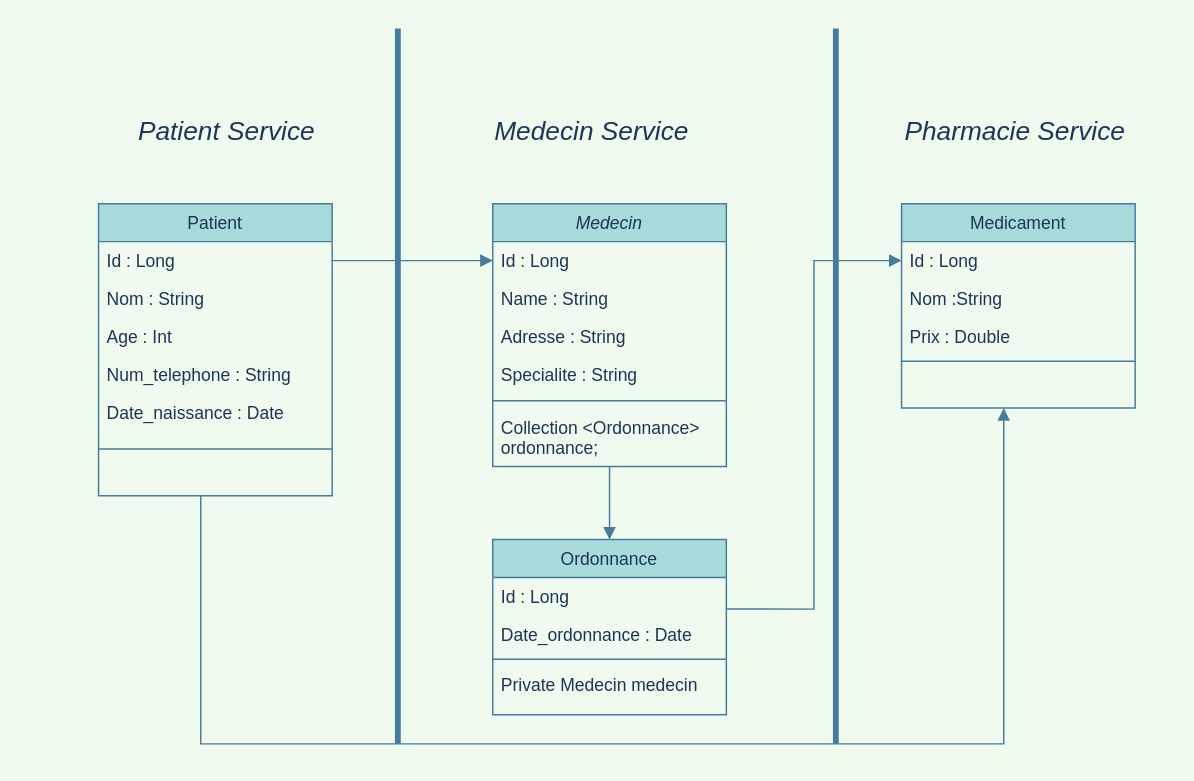
Yasminuu/PFA keeps this draw.io diagram as Untitled Diagram.drawio. Above is the earlier version. Source tidied: cells renumbered, new cells numbered last; positions are measured from the earlier drawing's top-left corner, leaving out a move shared by most shapes. Both pictures are drawn from the tidied source at 146%, with x=0, y=0 at pixel (98, 28).
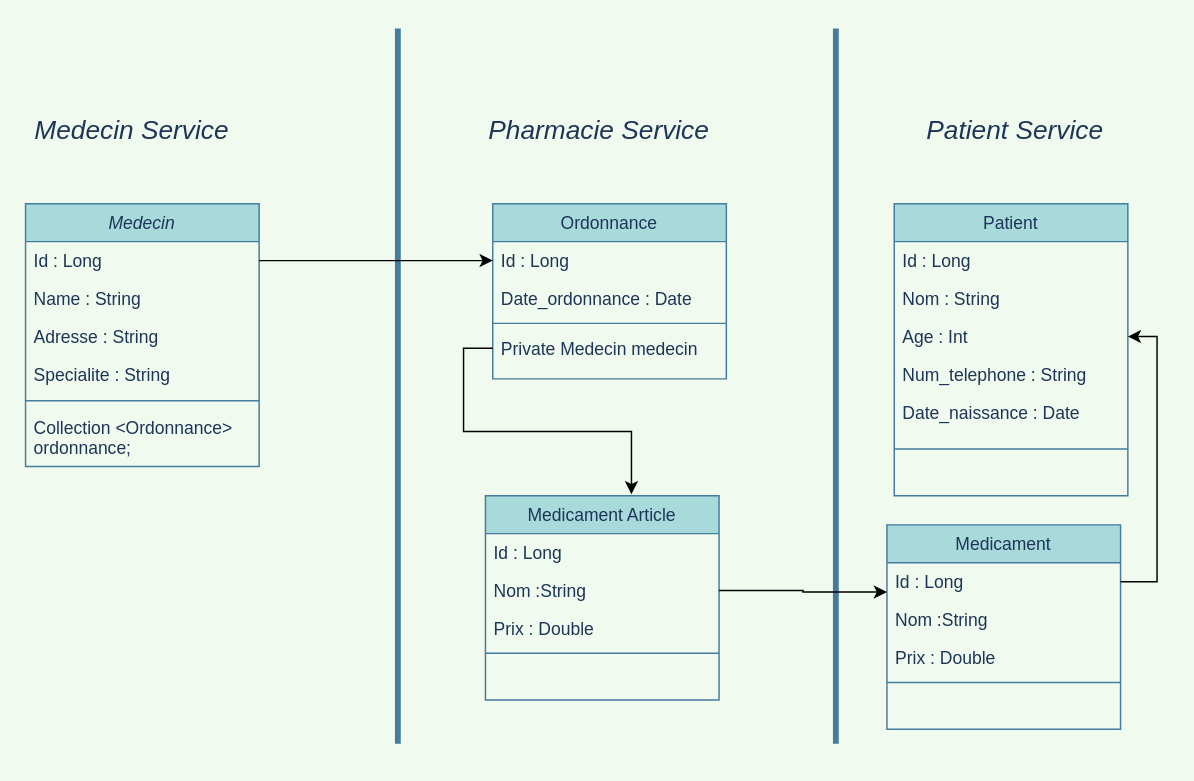
After the change.

The change refers to these unchanged cells:
```xml
<mxCell id="3" value="Id : Long" style="text;align=left;verticalAlign=top;spacingLeft=4;spacingRight=4;overflow=hidden;points=[[0,0.5],[1,0.5]];portConstraint=eastwest;fontColor=#1D3557;" parent="2" vertex="1">
  <mxGeometry y="26" width="160" height="26" as="geometry" />
</mxCell>
<mxCell id="8" value="Collection &lt;Ordonnance&gt; &#10;ordonnance;" style="text;align=left;verticalAlign=top;spacingLeft=4;spacingRight=4;overflow=hidden;points=[[0,0.5],[1,0.5]];portConstraint=eastwest;fontColor=#1D3557;" parent="2" vertex="1">
  <mxGeometry y="140" width="160" height="40" as="geometry" />
</mxCell>
<mxCell id="10" value="Id : Long" style="text;align=left;verticalAlign=top;spacingLeft=4;spacingRight=4;overflow=hidden;points=[[0,0.5],[1,0.5]];portConstraint=eastwest;fontColor=#1D3557;" parent="9" vertex="1">
  <mxGeometry y="26" width="160" height="26" as="geometry" />
</mxCell>
<mxCell id="12" value="Age : Int" style="text;align=left;verticalAlign=top;spacingLeft=4;spacingRight=4;overflow=hidden;points=[[0,0.5],[1,0.5]];portConstraint=eastwest;fontColor=#1D3557;" parent="9" vertex="1">
  <mxGeometry y="78" width="160" height="26" as="geometry" />
</mxCell>
<mxCell id="17" value="Id : Long" style="text;align=left;verticalAlign=top;spacingLeft=4;spacingRight=4;overflow=hidden;points=[[0,0.5],[1,0.5]];portConstraint=eastwest;fontColor=#1D3557;" parent="16" vertex="1">
  <mxGeometry y="26" width="160" height="26" as="geometry" />
</mxCell>
<mxCell id="22" value="Id : Long" style="text;align=left;verticalAlign=top;spacingLeft=4;spacingRight=4;overflow=hidden;points=[[0,0.5],[1,0.5]];portConstraint=eastwest;fontColor=#1D3557;" parent="21" vertex="1">
  <mxGeometry y="26" width="160" height="26" as="geometry" />
</mxCell>
<mxCell id="25" value="Private Medecin medecin" style="text;align=left;verticalAlign=top;spacingLeft=4;spacingRight=4;overflow=hidden;points=[[0,0.5],[1,0.5]];portConstraint=eastwest;fontColor=#1D3557;" parent="21" vertex="1">
  <mxGeometry y="86" width="160" height="26" as="geometry" />
</mxCell>
```

The edit, as a diff of the source:
```diff
@@
     <mxCell id="2" value="Medecin" style="swimlane;fontStyle=2;align=center;verticalAlign=top;horizontal=1;startSize=26;rounded=0;shadow=0;strokeWidth=1;fillColor=#A8DADC;strokeColor=#457B9D;fontColor=#1D3557;" parent="1" vertex="1">
-      <mxGeometry x="270" y="120" width="160" height="180" as="geometry" />
+      <mxGeometry x="-50" y="120" width="160" height="180" as="geometry" />
     </mxCell>
@@
     <mxCell id="9" value="Patient" style="swimlane;fontStyle=0;align=center;verticalAlign=top;horizontal=1;startSize=26;rounded=0;shadow=0;strokeWidth=1;fillColor=#A8DADC;strokeColor=#457B9D;fontColor=#1D3557;" parent="1" vertex="1">
-      <mxGeometry y="120" width="160" height="200" as="geometry" />
+      <mxGeometry x="545" y="120" width="160" height="200" as="geometry" />
     </mxCell>
@@
     <mxCell id="16" value="Medicament" style="swimlane;fontStyle=0;align=center;verticalAlign=top;horizontal=1;startSize=26;rounded=0;shadow=0;strokeWidth=1;fillColor=#A8DADC;strokeColor=#457B9D;fontColor=#1D3557;" parent="1" vertex="1">
-      <mxGeometry x="550" y="120" width="160" height="140" as="geometry" />
+      <mxGeometry x="540" y="340" width="160" height="140" as="geometry" />
     </mxCell>
@@
     <mxCell id="21" value="Ordonnance" style="swimlane;fontStyle=0;align=center;verticalAlign=top;horizontal=1;startSize=26;rounded=0;shadow=0;strokeWidth=1;fillColor=#A8DADC;strokeColor=#457B9D;fontColor=#1D3557;" parent="1" vertex="1">
-      <mxGeometry x="270" y="350" width="160" height="120" as="geometry" />
+      <mxGeometry x="270" y="120" width="160" height="120" as="geometry" />
     </mxCell>
@@
     <mxCell id="28" value="&lt;i&gt;&lt;font style=&quot;font-size: 18px&quot;&gt;Patient Service&amp;nbsp;&lt;/font&gt;&lt;/i&gt;" style="text;html=1;align=center;verticalAlign=middle;strokeColor=none;fillColor=none;fontColor=#1D3557;" parent="1" vertex="1">
-      <mxGeometry x="20" y="61" width="140" height="20" as="geometry" />
+      <mxGeometry x="560" y="60" width="140" height="20" as="geometry" />
     </mxCell>
     <mxCell id="29" value="&lt;i&gt;&lt;font style=&quot;font-size: 18px&quot;&gt;Medecin Service&amp;nbsp;&lt;/font&gt;&lt;/i&gt;" style="text;html=1;align=center;verticalAlign=middle;strokeColor=none;fillColor=none;fontColor=#1D3557;" parent="1" vertex="1">
-      <mxGeometry x="265" y="61" width="150" height="20" as="geometry" />
+      <mxGeometry x="-50" y="60" width="150" height="20" as="geometry" />
     </mxCell>
     <mxCell id="30" value="&lt;i&gt;&lt;font style=&quot;font-size: 18px&quot;&gt;Pharmacie Service&amp;nbsp;&lt;/font&gt;&lt;/i&gt;" style="text;html=1;align=center;verticalAlign=middle;strokeColor=none;fillColor=none;fontColor=#1D3557;" parent="1" vertex="1">
-      <mxGeometry x="545" y="61" width="170" height="20" as="geometry" />
+      <mxGeometry x="260" y="60" width="170" height="20" as="geometry" />
     </mxCell>
-    <mxCell id="31" style="endArrow=block;endFill=1;html=1;edgeStyle=orthogonalEdgeStyle;align=left;verticalAlign=top;rounded=0;fontSize=18;exitX=1;exitY=0.5;exitDx=0;exitDy=0;labelBackgroundColor=#F1FAEE;strokeColor=#457B9D;fontColor=#1D3557;" parent="1" edge="1" source="10">
-      <mxGeometry x="-0.33" y="-21" relative="1" as="geometry">
-        <mxPoint x="270" y="159" as="targetPoint" />
-      </mxGeometry>
-    </mxCell>
-    <mxCell id="32" style="endArrow=block;endFill=1;html=1;edgeStyle=orthogonalEdgeStyle;align=left;verticalAlign=top;rounded=0;fontSize=18;entryX=0.5;entryY=0;entryDx=0;entryDy=0;labelBackgroundColor=#F1FAEE;strokeColor=#457B9D;fontColor=#1D3557;" parent="1" edge="1" source="8" target="21">
-      <mxGeometry x="-0.33" y="-21" relative="1" as="geometry">
-        <Array as="points">
-          <mxPoint x="350" y="320" />
-          <mxPoint x="350" y="320" />
-        </Array>
-      </mxGeometry>
-    </mxCell>
-    <mxCell id="33" style="endArrow=block;endFill=1;html=1;edgeStyle=orthogonalEdgeStyle;align=left;verticalAlign=top;rounded=0;fontSize=18;exitX=1.003;exitY=0.833;exitDx=0;exitDy=0;exitPerimeter=0;entryX=0;entryY=0.5;entryDx=0;entryDy=0;labelBackgroundColor=#F1FAEE;strokeColor=#457B9D;fontColor=#1D3557;" parent="1" edge="1" source="22" target="17">
-      <mxGeometry x="-0.33" y="-21" relative="1" as="geometry" />
-    </mxCell>
-    <mxCell id="34" style="endArrow=block;endFill=1;html=1;edgeStyle=orthogonalEdgeStyle;align=left;verticalAlign=top;rounded=0;fontSize=18;labelBackgroundColor=#F1FAEE;strokeColor=#457B9D;fontColor=#1D3557;" parent="1" edge="1">
-      <mxGeometry x="-0.33" y="-21" relative="1" as="geometry">
-        <mxPoint x="70" y="320" as="sourcePoint" />
-        <mxPoint x="620" y="260" as="targetPoint" />
-        <Array as="points">
-          <mxPoint x="70" y="490" />
-          <mxPoint x="620" y="490" />
-        </Array>
-      </mxGeometry>
-    </mxCell>
+    <mxCell id="35" value="Medicament Article" style="swimlane;fontStyle=0;align=center;verticalAlign=top;horizontal=1;startSize=26;rounded=0;shadow=0;strokeWidth=1;fillColor=#A8DADC;strokeColor=#457B9D;fontColor=#1D3557;" parent="1" vertex="1">
+      <mxGeometry x="265" y="320" width="160" height="140" as="geometry" />
+    </mxCell>
+    <mxCell id="36" value="Id : Long" style="text;align=left;verticalAlign=top;spacingLeft=4;spacingRight=4;overflow=hidden;fontColor=#1D3557;" parent="35" vertex="1">
+      <mxGeometry y="26" width="160" height="26" as="geometry" />
+    </mxCell>
+    <mxCell id="37" value="Nom :String" style="text;align=left;verticalAlign=top;spacingLeft=4;spacingRight=4;overflow=hidden;points=[[0,0.5],[1,0.5]];portConstraint=eastwest;rounded=0;shadow=0;html=0;fontColor=#1D3557;" parent="35" vertex="1">
+      <mxGeometry y="52" width="160" height="26" as="geometry" />
+    </mxCell>
+    <mxCell id="38" value="Prix : Double" style="text;align=left;verticalAlign=top;spacingLeft=4;spacingRight=4;overflow=hidden;rounded=0;shadow=0;html=0;fontColor=#1D3557;" parent="35" vertex="1">
+      <mxGeometry y="78" width="160" height="26" as="geometry" />
+    </mxCell>
+    <mxCell id="39" style="line;html=1;strokeWidth=1;align=left;verticalAlign=middle;spacingTop=-1;spacingLeft=3;spacingRight=3;labelPosition=right;labelBackgroundColor=#F1FAEE;fillColor=#A8DADC;strokeColor=#457B9D;fontColor=#1D3557;" parent="35" vertex="1">
+      <mxGeometry y="104" width="160" height="8" as="geometry" />
+    </mxCell>
+    <mxCell id="40" style="edgeStyle=orthogonalEdgeStyle;rounded=0;jettySize=auto;html=1;entryX=0;entryY=0.5;entryDx=0;entryDy=0;" parent="1" edge="1" source="3" target="22">
+      <mxGeometry relative="1" as="geometry" />
+    </mxCell>
+    <mxCell id="41" style="edgeStyle=orthogonalEdgeStyle;rounded=0;jettySize=auto;html=1;entryX=0.625;entryY=-0.007;entryDx=0;entryDy=0;entryPerimeter=0;" parent="1" edge="1" source="25" target="35">
+      <mxGeometry relative="1" as="geometry" />
+    </mxCell>
+    <mxCell id="42" style="edgeStyle=orthogonalEdgeStyle;rounded=0;jettySize=auto;html=1;entryX=0;entryY=0.769;entryDx=0;entryDy=0;entryPerimeter=0;" parent="1" edge="1" source="37" target="17">
+      <mxGeometry relative="1" as="geometry" />
+    </mxCell>
+    <mxCell id="43" style="edgeStyle=orthogonalEdgeStyle;rounded=0;jettySize=auto;html=1;entryX=1;entryY=0.5;entryDx=0;entryDy=0;" parent="1" edge="1" source="17" target="12">
+      <mxGeometry relative="1" as="geometry" />
+    </mxCell>
```
